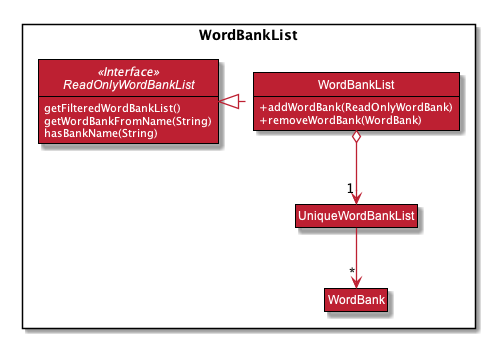
nus-cs2103-AY1920S1/addressbook-level3 keeps this PlantUML diagram as docs/images/WordBankListDiagram.png. Above is the earlier version. The source it was exported from:
```plantuml
@startuml











skinparam BackgroundColor #FFFFFFF

skinparam Shadowing false

skinparam Class {
    FontColor #FFFFFF
    BorderThickness 1
    BorderColor #000000
    StereotypeFontColor #FFFFFF
    FontName Arial
    AttributeFontColor #FFFFFF
}

skinparam Actor {
    BorderColor #000000
    Color #000000
    FontName Arial
}

skinparam Sequence {
    MessageAlign center
    BoxFontSize 15
    BoxPadding 0
    BoxFontColor #FFFFFF
    FontName Arial
}

skinparam Participant {
    FontColor #FFFFFFF
    Padding 20
}

skinparam MinClassWidth 50
skinparam ParticipantPadding 10
skinparam Shadowing true
skinparam DefaultTextAlignment center
skinparam packageStyle Rectangle
skinparam classAttributeIconSize 0

hide footbox
hide members
hide circle
hide empty members
skinparam arrowThickness 1.3
skinparam arrowColor #BD2032
skinparam classBackgroundColor #BD2032

show members
hide empty members

Package WordBankList <<Rectangle>>{
Interface ReadOnlyWordBankList <<Interface>> {
getFilteredWordBankList()
getWordBankFromName(String)
hasBankName(String)
}

class WordBankList {
   +addWordBank(ReadOnlyWordBank)
   +removeWordBank(WordBank)
}
Class UniqueWordBankList
Class WordBank
}

WordBankList .left.|> ReadOnlyWordBankList
WordBankList o-down-> "1" UniqueWordBankList
UniqueWordBankList -down-> "*" WordBank

@enduml
```
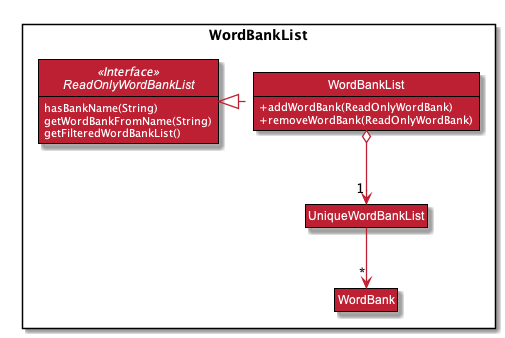
After the change.

What changed in the source:
```diff
@@ -1,4 +1,6 @@
 @startuml
+
+
 
 
 
@@ -62,14 +64,14 @@
 
 Package WordBankList <<Rectangle>>{
 Interface ReadOnlyWordBankList <<Interface>> {
+hasBankName(String)
+getWordBankFromName(String)
 getFilteredWordBankList()
-getWordBankFromName(String)
-hasBankName(String)
 }
 
 class WordBankList {
    +addWordBank(ReadOnlyWordBank)
-   +removeWordBank(WordBank)
+   +removeWordBank(ReadOnlyWordBank)
 }
 Class UniqueWordBankList
 Class WordBank
```
